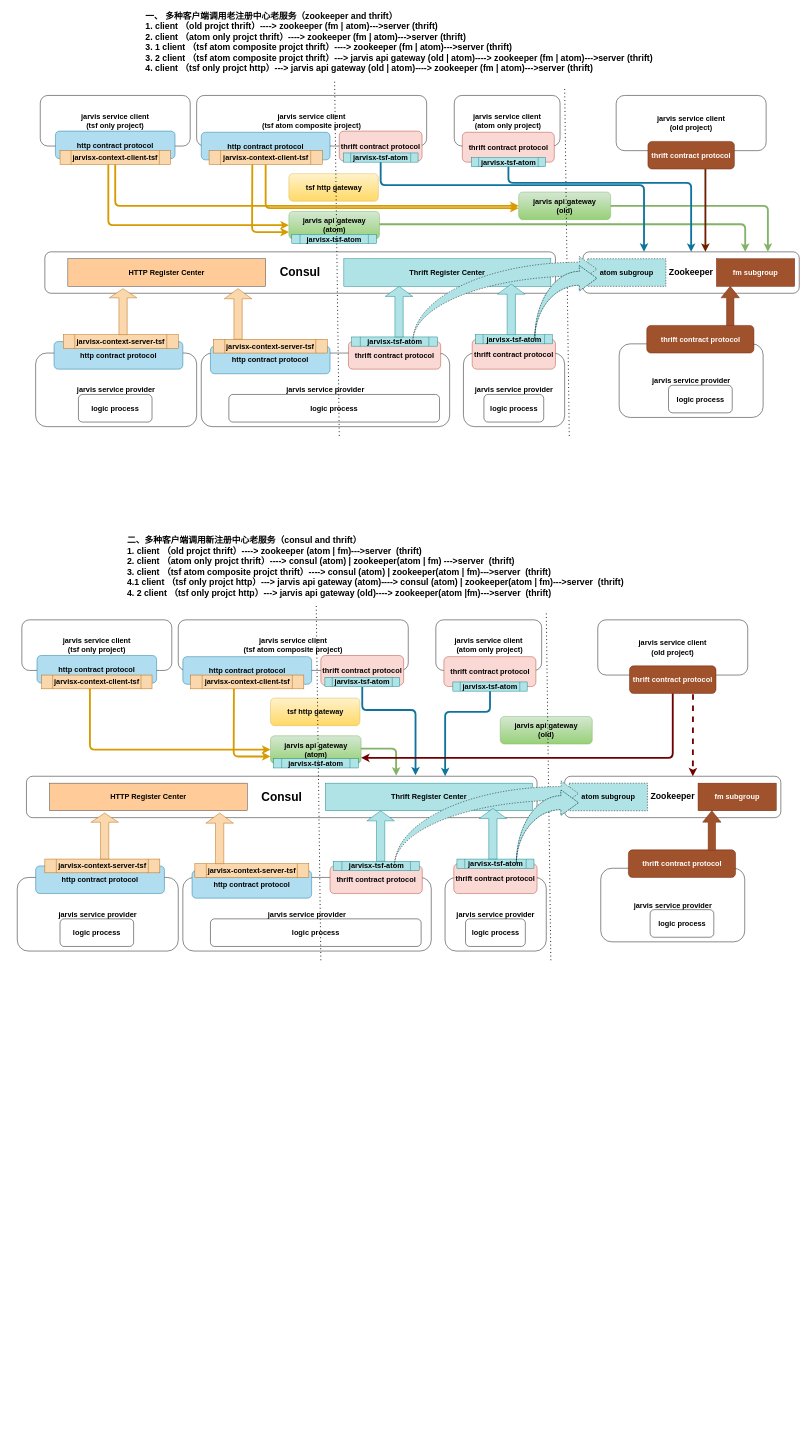
Above: JarvisX TSF.drawio in 1247691206/JavaArchitect (draw.io), before the change. Source tidied: cells renumbered, new cells numbered last; positions are measured from the earlier drawing's top-left corner, leaving out a move shared by most shapes. Both pictures are drawn from the tidied source at 46%, with x=0, y=0 at pixel (17, 8).
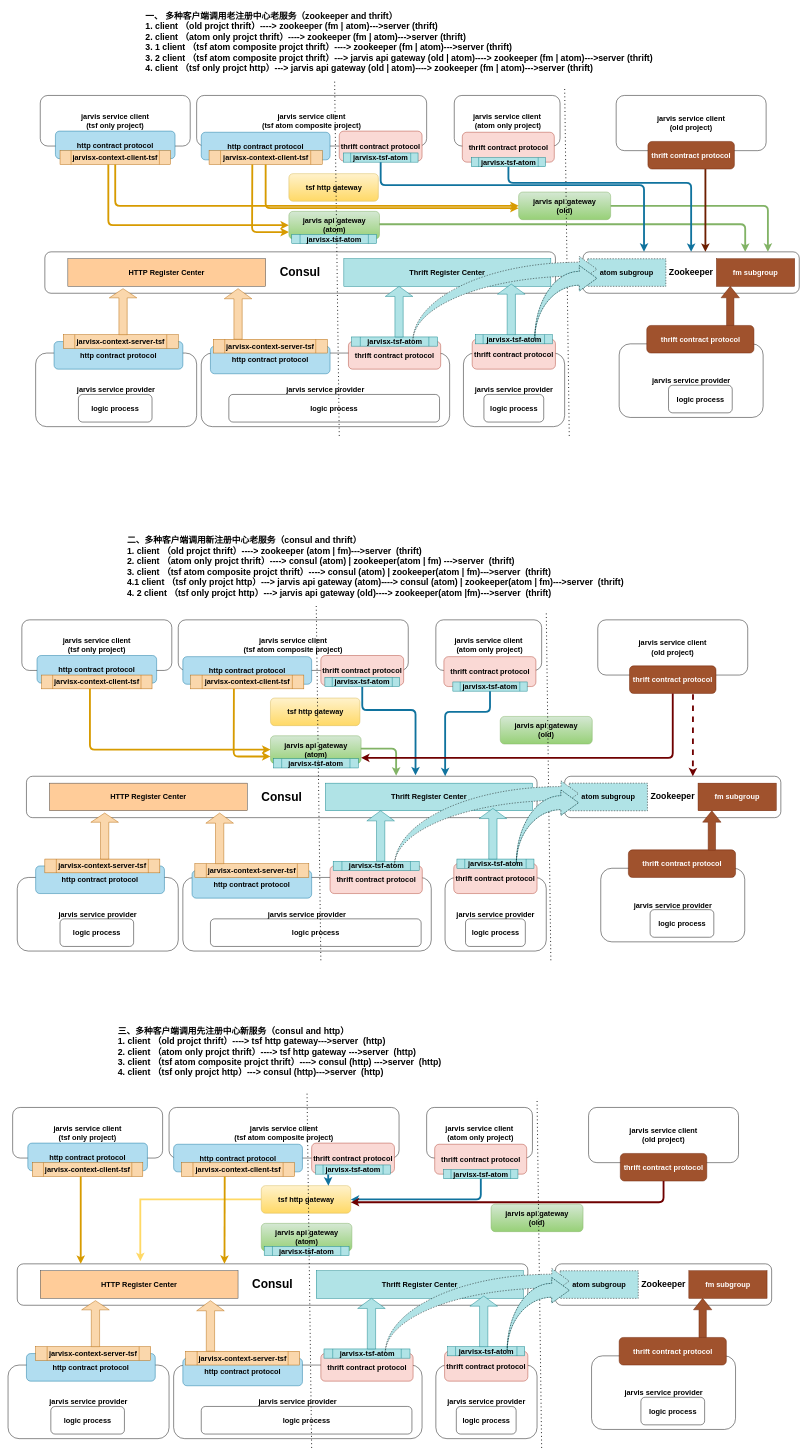
After the change.

The edit, as a diff of the source:
```diff
@@
+    <mxCell id="120" value="jarvis service provider" style="rounded=1;whiteSpace=wrap;html=1;fontStyle=1;align=center;horizontal=1;fontSize=16;" parent="1" vertex="1">
+      <mxGeometry x="340" y="2950" width="540" height="160" as="geometry" />
+    </mxCell>
+    <mxCell id="121" style="edgeStyle=orthogonalEdgeStyle;rounded=0;jumpStyle=none;jettySize=auto;html=1;strokeWidth=4;fontSize=22;align=center;entryX=0.241;entryY=-0.065;entryDx=0;entryDy=0;entryPerimeter=0;exitX=0;exitY=0.5;exitDx=0;exitDy=0;fillColor=#ffe6cc;strokeColor=#FFD966;" parent="1" edge="1" source="122" target="125">
+      <mxGeometry relative="1" as="geometry" />
+    </mxCell>
+    <mxCell id="122" value="tsf http gateway" style="rounded=1;whiteSpace=wrap;html=1;gradientColor=#ffd966;strokeColor=#d6b656;fontStyle=1;align=center;horizontal=1;fontSize=16;fillColor=#FFF2CC;" parent="1" vertex="1">
+      <mxGeometry x="530.5" y="2560" width="194.5" height="60" as="geometry" />
+    </mxCell>
+    <mxCell id="123" value="jarvis api gateway&lt;br style=&quot;font-size: 16px;&quot;&gt;(old)" style="rounded=1;whiteSpace=wrap;html=1;gradientColor=#97d077;fillColor=#d5e8d4;strokeColor=#82b366;fontStyle=1;align=center;horizontal=1;fontSize=16;" parent="1" vertex="1">
+      <mxGeometry x="1030" y="2600" width="200" height="60" as="geometry" />
+    </mxCell>
+    <mxCell id="124" value="logic process" style="rounded=1;whiteSpace=wrap;html=1;fontStyle=1;align=center;horizontal=1;fontSize=16;" parent="1" vertex="1">
+      <mxGeometry x="400" y="3040" width="458" height="60" as="geometry" />
+    </mxCell>
+    <mxCell id="125" value="Consul" style="rounded=1;whiteSpace=wrap;html=1;fontStyle=1;align=center;horizontal=1;fontSize=26;" parent="1" vertex="1">
+      <mxGeometry y="2730" width="1110" height="90" as="geometry" />
+    </mxCell>
+    <mxCell id="126" value="Thrift Register Center" style="rounded=0;whiteSpace=wrap;html=1;fontStyle=1;align=center;horizontal=1;fontSize=16;fillColor=#b0e3e6;strokeColor=#0e8088;" parent="1" vertex="1">
+      <mxGeometry x="650" y="2745" width="450" height="60" as="geometry" />
+    </mxCell>
+    <mxCell id="127" value="HTTP Register Center" style="rounded=0;whiteSpace=wrap;html=1;fontStyle=1;align=center;horizontal=1;fontSize=16;fillColor=#ffcc99;strokeColor=#36393d;" parent="1" vertex="1">
+      <mxGeometry x="50" y="2745" width="430" height="60" as="geometry" />
+    </mxCell>
+    <mxCell id="128" value="thrift contract protocol" style="rounded=1;whiteSpace=wrap;html=1;fillColor=#fad9d5;strokeColor=#ae4132;fontStyle=1;align=center;horizontal=1;fontSize=16;" parent="1" vertex="1">
+      <mxGeometry x="660" y="2925" width="200.5" height="60" as="geometry" />
+    </mxCell>
+    <mxCell id="129" value="jarvisx-tsf-atom" style="shape=process;whiteSpace=wrap;html=1;backgroundOutline=1;fillColor=#b0e3e6;strokeColor=#0e8088;fontStyle=1;align=center;horizontal=1;fontSize=16;" parent="1" vertex="1">
+      <mxGeometry x="666.8" y="2915" width="187" height="20" as="geometry" />
+    </mxCell>
+    <mxCell id="130" value="jarvis service client&lt;br style=&quot;font-size: 16px;&quot;&gt;(old project)" style="rounded=1;whiteSpace=wrap;html=1;fontStyle=1;align=center;horizontal=1;fontSize=16;" parent="1" vertex="1">
+      <mxGeometry x="1242" y="2390" width="326" height="120" as="geometry" />
+    </mxCell>
+    <mxCell id="131" value="thrift contract protocol" style="rounded=1;whiteSpace=wrap;html=1;fillColor=#a0522d;strokeColor=#6D1F00;fontColor=#ffffff;fontStyle=1;align=center;horizontal=1;fontSize=16;" parent="1" vertex="1">
+      <mxGeometry x="1311" y="2490" width="188" height="60" as="geometry" />
+    </mxCell>
+    <mxCell id="132" value="jarvis service provider" style="rounded=1;whiteSpace=wrap;html=1;fontStyle=1;align=center;horizontal=1;fontSize=16;" parent="1" vertex="1">
+      <mxGeometry x="1248.5" y="2930" width="313" height="160" as="geometry" />
+    </mxCell>
+    <mxCell id="133" value="thrift contract protocol" style="rounded=1;whiteSpace=wrap;html=1;fillColor=#a0522d;strokeColor=#6D1F00;fontColor=#ffffff;fontStyle=1;align=center;horizontal=1;fontSize=16;" parent="1" vertex="1">
+      <mxGeometry x="1308.5" y="2890" width="233" height="60" as="geometry" />
+    </mxCell>
+    <mxCell id="134" value="Zookeeper" style="rounded=1;whiteSpace=wrap;html=1;fontStyle=1;align=center;horizontal=1;fontSize=19;" parent="1" vertex="1">
+      <mxGeometry x="1170" y="2730" width="470" height="90" as="geometry" />
+    </mxCell>
+    <mxCell id="135" value="atom subgroup" style="rounded=0;whiteSpace=wrap;html=1;fontStyle=1;align=center;horizontal=1;fontSize=16;fillColor=#b0e3e6;dashed=1;strokeColor=#050505;" parent="1" vertex="1">
+      <mxGeometry x="1180" y="2745" width="170" height="60" as="geometry" />
+    </mxCell>
+    <mxCell id="136" value="fm subgroup" style="rounded=0;whiteSpace=wrap;html=1;fontStyle=1;align=center;horizontal=1;fontSize=16;fillColor=#a0522d;strokeColor=#6D1F00;fontColor=#ffffff;" parent="1" vertex="1">
+      <mxGeometry x="1460" y="2745" width="170" height="60" as="geometry" />
+    </mxCell>
+    <mxCell id="137" style="endArrow=none;dashed=1;html=1;dashPattern=1 3;strokeWidth=2;fontStyle=1;align=center;horizontal=1;fontSize=16;" parent="1" edge="1">
+      <mxGeometry relative="1" as="geometry">
+        <mxPoint x="1140" y="3130" as="sourcePoint" />
+        <mxPoint x="1130" y="2370" as="targetPoint" />
+      </mxGeometry>
+    </mxCell>
+    <mxCell id="138" value="logic process" style="rounded=1;whiteSpace=wrap;html=1;fontStyle=1;align=center;horizontal=1;fontSize=16;" parent="1" vertex="1">
+      <mxGeometry x="1355.8" y="3020" width="138.5" height="60" as="geometry" />
+    </mxCell>
+    <mxCell id="139" value="jarvis api gateway&lt;br style=&quot;font-size: 16px;&quot;&gt;(atom)" style="rounded=1;whiteSpace=wrap;html=1;gradientColor=#97d077;fillColor=#d5e8d4;strokeColor=#82b366;fontStyle=1;align=center;horizontal=1;fontSize=16;" parent="1" vertex="1">
+      <mxGeometry x="530.5" y="2642" width="197" height="60" as="geometry" />
+    </mxCell>
+    <mxCell id="140" value="jarvisx-tsf-atom" style="shape=process;whiteSpace=wrap;html=1;backgroundOutline=1;fillColor=#b0e3e6;strokeColor=#0e8088;fontStyle=1;align=center;horizontal=1;fontSize=16;" parent="1" vertex="1">
+      <mxGeometry x="536.8" y="2692" width="184.5" height="20" as="geometry" />
+    </mxCell>
+    <mxCell id="141" value="http contract protocol" style="rounded=1;whiteSpace=wrap;html=1;fillColor=#b1ddf0;strokeColor=#10739e;fontStyle=1;align=center;horizontal=1;fontSize=16;" parent="1" vertex="1">
+      <mxGeometry x="360" y="2935" width="260" height="60" as="geometry" />
+    </mxCell>
+    <mxCell id="142" value="jarvisx-context-server-tsf" style="shape=process;whiteSpace=wrap;html=1;backgroundOutline=1;fillColor=#fad7ac;strokeColor=#b46504;fontStyle=1;align=center;horizontal=1;fontSize=16;" parent="1" vertex="1">
+      <mxGeometry x="366.1" y="2920" width="247.8" height="30" as="geometry" />
+    </mxCell>
+    <mxCell id="143" value="jarvis service client&lt;br style=&quot;font-size: 16px;&quot;&gt;(tsf atom composite project)" style="rounded=1;whiteSpace=wrap;html=1;fontStyle=1;align=center;horizontal=1;fontSize=16;" parent="1" vertex="1">
+      <mxGeometry x="330" y="2390" width="500" height="110" as="geometry" />
+    </mxCell>
+    <mxCell id="144" value="jarvis service client &lt;br style=&quot;font-size: 16px;&quot;&gt;(tsf only project)" style="rounded=1;whiteSpace=wrap;html=1;fontStyle=1;align=center;horizontal=1;fontSize=16;" parent="1" vertex="1">
+      <mxGeometry x="-10" y="2390" width="326" height="110" as="geometry" />
+    </mxCell>
+    <mxCell id="145" value="http contract protocol" style="rounded=1;whiteSpace=wrap;html=1;fillColor=#b1ddf0;strokeColor=#10739e;fontStyle=1;align=center;horizontal=1;fontSize=16;" parent="1" vertex="1">
+      <mxGeometry x="23" y="2467.5" width="260" height="60" as="geometry" />
+    </mxCell>
+    <mxCell id="146" value="jarvisx-context-client-tsf" style="shape=process;whiteSpace=wrap;html=1;backgroundOutline=1;fillColor=#fad7ac;strokeColor=#b46504;fontStyle=1;align=center;horizontal=1;fontSize=16;" parent="1" vertex="1">
+      <mxGeometry x="33" y="2510" width="240" height="30" as="geometry" />
+    </mxCell>
+    <mxCell id="147" value="jarvis service client&lt;br style=&quot;font-size: 16px;&quot;&gt;&amp;nbsp;(atom only project)" style="rounded=1;whiteSpace=wrap;html=1;fontStyle=1;align=center;horizontal=1;fontSize=16;" parent="1" vertex="1">
+      <mxGeometry x="890" y="2390" width="230" height="110" as="geometry" />
+    </mxCell>
+    <mxCell id="148" value="thrift contract protocol" style="rounded=1;whiteSpace=wrap;html=1;fillColor=#fad9d5;strokeColor=#ae4132;fontStyle=1;align=center;horizontal=1;fontSize=16;" parent="1" vertex="1">
+      <mxGeometry x="907.5" y="2470" width="200" height="65" as="geometry" />
+    </mxCell>
+    <mxCell id="149" value="jarvisx-tsf-atom" style="shape=process;whiteSpace=wrap;html=1;backgroundOutline=1;fillColor=#b0e3e6;strokeColor=#0e8088;fontStyle=1;align=center;horizontal=1;fontSize=16;" parent="1" vertex="1">
+      <mxGeometry x="927" y="2525" width="161.5" height="20" as="geometry" />
+    </mxCell>
+    <mxCell id="150" style="endArrow=none;dashed=1;html=1;dashPattern=1 3;strokeWidth=2;fontStyle=1;align=center;horizontal=1;fontSize=16;" parent="1" edge="1">
+      <mxGeometry relative="1" as="geometry">
+        <mxPoint x="640" y="3130" as="sourcePoint" />
+        <mxPoint x="630" y="2360" as="targetPoint" />
+      </mxGeometry>
+    </mxCell>
+    <mxCell id="151" value="http contract protocol" style="rounded=1;whiteSpace=wrap;html=1;fillColor=#b1ddf0;strokeColor=#10739e;fontStyle=1;align=center;horizontal=1;fontSize=16;" parent="1" vertex="1">
+      <mxGeometry x="340" y="2470" width="280" height="60" as="geometry" />
+    </mxCell>
+    <mxCell id="152" value="jarvisx-context-client-tsf" style="shape=process;whiteSpace=wrap;html=1;backgroundOutline=1;fillColor=#fad7ac;strokeColor=#b46504;fontStyle=1;align=center;horizontal=1;fontSize=16;" parent="1" vertex="1">
+      <mxGeometry x="357" y="2510" width="246" height="30" as="geometry" />
+    </mxCell>
+    <mxCell id="153" value="thrift contract protocol" style="rounded=1;whiteSpace=wrap;html=1;fillColor=#fad9d5;strokeColor=#ae4132;fontStyle=1;align=center;horizontal=1;fontSize=16;" parent="1" vertex="1">
+      <mxGeometry x="640" y="2467.5" width="180" height="65" as="geometry" />
+    </mxCell>
+    <mxCell id="154" value="jarvisx-tsf-atom" style="shape=process;whiteSpace=wrap;html=1;backgroundOutline=1;fillColor=#b0e3e6;strokeColor=#0e8088;fontStyle=1;align=center;horizontal=1;fontSize=16;" parent="1" vertex="1">
+      <mxGeometry x="648.8" y="2515" width="162.5" height="20" as="geometry" />
+    </mxCell>
+    <mxCell id="155" value="jarvis service provider" style="rounded=1;whiteSpace=wrap;html=1;fontStyle=1;align=center;horizontal=1;fontSize=16;" parent="1" vertex="1">
+      <mxGeometry x="-20" y="2950" width="350" height="160" as="geometry" />
+    </mxCell>
+    <mxCell id="156" value="logic process" style="rounded=1;whiteSpace=wrap;html=1;fontStyle=1;align=center;horizontal=1;fontSize=16;" parent="1" vertex="1">
+      <mxGeometry x="73" y="3040" width="160" height="60" as="geometry" />
+    </mxCell>
+    <mxCell id="157" value="http contract protocol" style="rounded=1;whiteSpace=wrap;html=1;fillColor=#b1ddf0;strokeColor=#10739e;fontStyle=1;align=center;horizontal=1;fontSize=16;" parent="1" vertex="1">
+      <mxGeometry x="20" y="2925" width="280" height="60" as="geometry" />
+    </mxCell>
+    <mxCell id="158" value="jarvisx-context-server-tsf" style="shape=process;whiteSpace=wrap;html=1;backgroundOutline=1;fillColor=#fad7ac;strokeColor=#b46504;fontStyle=1;align=center;horizontal=1;fontSize=16;" parent="1" vertex="1">
+      <mxGeometry x="40" y="2910" width="250" height="30" as="geometry" />
+    </mxCell>
+    <mxCell id="159" value="jarvis service provider" style="rounded=1;whiteSpace=wrap;html=1;fontStyle=1;align=center;horizontal=1;fontSize=16;" parent="1" vertex="1">
+      <mxGeometry x="910" y="2950" width="220" height="160" as="geometry" />
+    </mxCell>
+    <mxCell id="160" value="logic process" style="rounded=1;whiteSpace=wrap;html=1;fontStyle=1;align=center;horizontal=1;fontSize=16;" parent="1" vertex="1">
+      <mxGeometry x="954.5" y="3040" width="130" height="60" as="geometry" />
+    </mxCell>
+    <mxCell id="161" value="thrift contract protocol" style="rounded=1;whiteSpace=wrap;html=1;fillColor=#fad9d5;strokeColor=#ae4132;fontStyle=1;align=center;horizontal=1;fontSize=16;" parent="1" vertex="1">
+      <mxGeometry x="929" y="2920" width="181" height="65" as="geometry" />
+    </mxCell>
+    <mxCell id="162" value="jarvisx-tsf-atom" style="shape=process;whiteSpace=wrap;html=1;backgroundOutline=1;fillColor=#b0e3e6;strokeColor=#0e8088;fontStyle=1;align=center;horizontal=1;fontSize=16;" parent="1" vertex="1">
+      <mxGeometry x="935.8" y="2910" width="167.5" height="20" as="geometry" />
+    </mxCell>
+    <mxCell id="163" style="shape=singleArrow;direction=north;whiteSpace=wrap;html=1;fontSize=19;align=left;fillColor=#fad7ac;strokeColor=#b46504;" parent="1" vertex="1">
+      <mxGeometry x="140" y="2810" width="60" height="100" as="geometry" />
+    </mxCell>
+    <mxCell id="164" style="shape=singleArrow;direction=north;whiteSpace=wrap;html=1;fontSize=19;align=left;fillColor=#fad7ac;strokeColor=#b46504;" parent="1" vertex="1">
+      <mxGeometry x="390" y="2810" width="60" height="110" as="geometry" />
+    </mxCell>
+    <mxCell id="165" style="shape=singleArrow;direction=north;whiteSpace=wrap;html=1;fontSize=19;align=left;fillColor=#b0e3e6;strokeColor=#0e8088;" parent="1" vertex="1">
+      <mxGeometry x="740" y="2805" width="60" height="110" as="geometry" />
+    </mxCell>
+    <mxCell id="166" style="shape=singleArrow;direction=north;whiteSpace=wrap;html=1;fontSize=19;align=left;fillColor=#b0e3e6;strokeColor=#0e8088;" parent="1" vertex="1">
+      <mxGeometry x="984" y="2800" width="60" height="110" as="geometry" />
+    </mxCell>
+    <mxCell id="167" style="html=1;shadow=0;align=center;verticalAlign=middle;shape=mxgraph.arrows2.jumpInArrow;dy=15;dx=38;arrowHead=55;fontSize=19;fillColor=#b0e3e6;dashed=1;strokeColor=#050505;" parent="1" vertex="1">
+      <mxGeometry x="800" y="2740" width="400" height="185" as="geometry" />
+    </mxCell>
+    <mxCell id="168" style="html=1;shadow=0;align=center;verticalAlign=middle;shape=mxgraph.arrows2.jumpInArrow;dy=15;dx=38;arrowHead=55;fontSize=19;fillColor=#b0e3e6;strokeColor=#0e8088;" parent="1" vertex="1">
+      <mxGeometry x="1065" y="2760" width="135" height="160" as="geometry" />
+    </mxCell>
+    <mxCell id="169" style="html=1;shadow=0;dashed=0;align=center;verticalAlign=middle;shape=mxgraph.arrows2.arrow;dy=0.6;dx=24.83;direction=north;notch=0;fontSize=19;fillColor=#a0522d;strokeColor=#6D1F00;fontColor=#ffffff;" parent="1" vertex="1">
+      <mxGeometry x="1470" y="2805" width="40" height="85" as="geometry" />
+    </mxCell>
+    <mxCell id="170" style="html=1;shadow=0;align=center;verticalAlign=middle;shape=mxgraph.arrows2.jumpInArrow;dy=15;dx=38;arrowHead=55;fontSize=19;fillColor=#b0e3e6;dashed=1;strokeColor=#050505;" parent="1" vertex="1">
+      <mxGeometry x="1065" y="2760" width="135" height="160" as="geometry" />
+    </mxCell>
+    <mxCell id="171" style="edgeStyle=elbowEdgeStyle;elbow=horizontal;endArrow=classic;html=1;strokeColor=#d79b00;fontSize=22;align=center;gradientColor=#ffa500;fillColor=#ffcd28;strokeWidth=4;" parent="1" edge="1" target="125">
+      <mxGeometry relative="1" as="geometry">
+        <mxPoint x="138" y="2540" as="sourcePoint" />
+        <Array as="points">
+          <mxPoint x="138" y="2590" />
+        </Array>
+      </mxGeometry>
+    </mxCell>
+    <mxCell id="172" style="edgeStyle=elbowEdgeStyle;elbow=horizontal;endArrow=classic;html=1;strokeColor=#d79b00;fontSize=22;align=center;gradientColor=#ffa500;fillColor=#ffcd28;strokeWidth=4;" parent="1" edge="1" target="125">
+      <mxGeometry relative="1" as="geometry">
+        <mxPoint x="451" y="2540" as="sourcePoint" />
+        <Array as="points">
+          <mxPoint x="450.5" y="2582.5" />
+        </Array>
+      </mxGeometry>
+    </mxCell>
+    <mxCell id="173" style="edgeStyle=elbowEdgeStyle;elbow=vertical;endArrow=classic;html=1;strokeColor=#10739e;fontSize=22;align=center;exitX=0.5;exitY=1;exitDx=0;exitDy=0;fillColor=#b1ddf0;entryX=1;entryY=0.5;entryDx=0;entryDy=0;strokeWidth=4;" parent="1" edge="1" source="149" target="122">
+      <mxGeometry relative="1" as="geometry">
+        <Array as="points">
+          <mxPoint x="960" y="2590" />
+        </Array>
+      </mxGeometry>
+    </mxCell>
+    <mxCell id="174" style="edgeStyle=elbowEdgeStyle;elbow=vertical;endArrow=classic;html=1;strokeColor=#10739e;fontSize=22;align=center;fillColor=#b1ddf0;entryX=0.75;entryY=0;entryDx=0;entryDy=0;strokeWidth=4;" parent="1" edge="1" target="122">
+      <mxGeometry relative="1" as="geometry">
+        <mxPoint x="676" y="2536" as="sourcePoint" />
+        <Array as="points">
+          <mxPoint x="700" y="2550" />
+          <mxPoint x="1222.2" y="2586" />
+        </Array>
+      </mxGeometry>
+    </mxCell>
+    <mxCell id="175" value="&lt;p style=&quot;margin-top: 0pt ; margin-bottom: 0pt ; margin-left: 0in ; direction: ltr ; unicode-bidi: embed ; word-break: normal&quot;&gt;三、多种客户端调用先注册中心新服务（consul and http）&lt;/p&gt;&lt;p style=&quot;margin-top: 0pt ; margin-bottom: 0pt ; margin-left: 0in ; direction: ltr ; unicode-bidi: embed ; word-break: normal&quot;&gt;1. client （old projct thrift）----&amp;gt; tsf http gateway---&amp;gt;server&amp;nbsp; (http)&lt;/p&gt;&lt;p style=&quot;margin-top: 0pt ; margin-bottom: 0pt ; margin-left: 0in ; direction: ltr ; unicode-bidi: embed ; word-break: normal&quot;&gt;2. client （atom only projct thrift）----&amp;gt; tsf http gateway ---&amp;gt;server&amp;nbsp; (http)&lt;/p&gt;&lt;p style=&quot;margin-top: 0pt ; margin-bottom: 0pt ; margin-left: 0in ; direction: ltr ; unicode-bidi: embed ; word-break: normal&quot;&gt;3. client （tsf atom composite projct thrift）----&amp;gt; consul (http) ---&amp;gt;server&amp;nbsp; (http)&lt;/p&gt;&lt;p style=&quot;margin-top: 0pt ; margin-bottom: 0pt ; margin-left: 0in ; direction: ltr ; unicode-bidi: embed ; word-break: normal&quot;&gt;4. client （tsf only projct http）---&amp;gt; consul (http)---&amp;gt;server&amp;nbsp; (http)&lt;/p&gt;" style="text;whiteSpace=wrap;html=1;fontSize=19;fontStyle=1;" parent="1" vertex="1">
+      <mxGeometry x="217" y="2206" width="1210" height="120" as="geometry" />
+    </mxCell>
+    <mxCell id="176" style="edgeStyle=elbowEdgeStyle;elbow=vertical;endArrow=classic;html=1;strokeColor=#6F0000;fontSize=22;align=center;fillColor=#a20025;strokeWidth=4;entryX=1;entryY=0.5;entryDx=0;entryDy=0;" parent="1" edge="1" source="131">
+      <mxGeometry relative="1" as="geometry">
+        <mxPoint x="725" y="2596" as="targetPoint" />
+        <Array as="points">
+          <mxPoint x="1060" y="2596" />
+          <mxPoint x="1070" y="2706" />
+        </Array>
+      </mxGeometry>
+    </mxCell>
```
